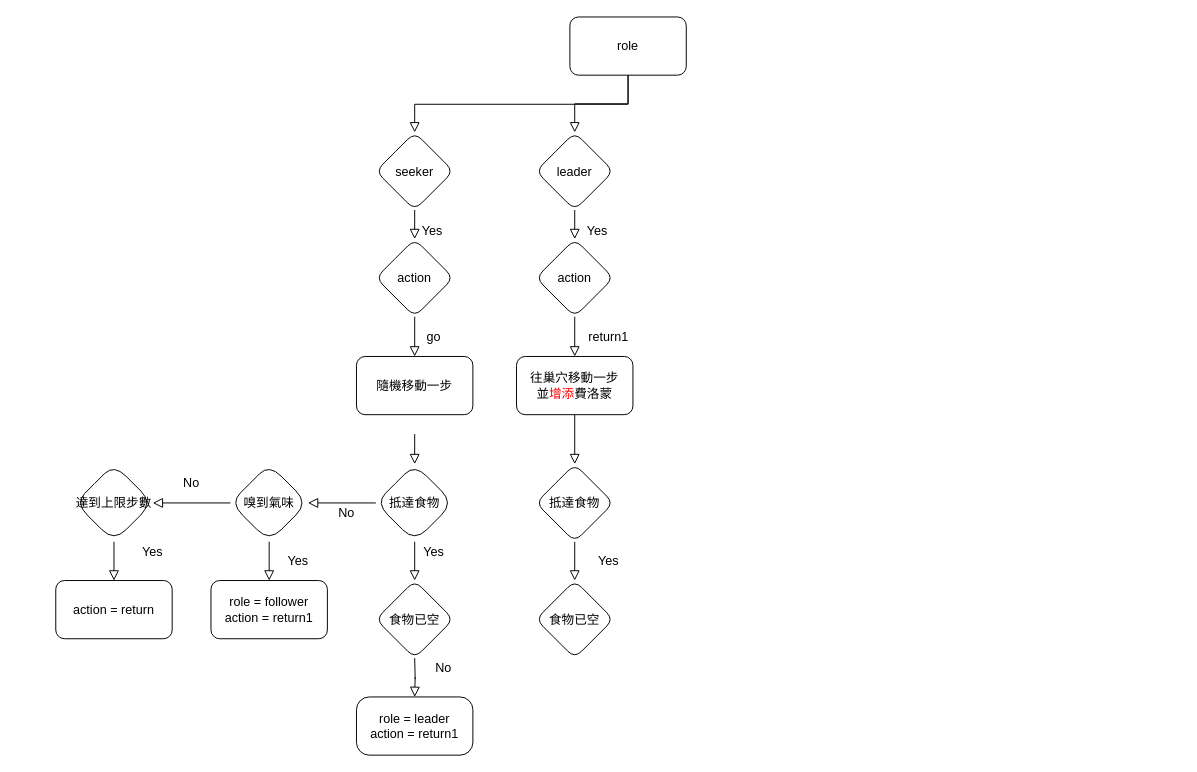
QiuBingCheng/AntColonySimulation keeps this draw.io diagram as page "Page-2" (2 of 2) of Move Rule Diagram.drawio. Above is the earlier version. Source tidied: cells renumbered, new cells numbered last; positions are measured from the earlier drawing's top-left corner, leaving out a move shared by most shapes. Both pictures are drawn from the tidied source at 97%, with x=0, y=0 at pixel (55, 16).
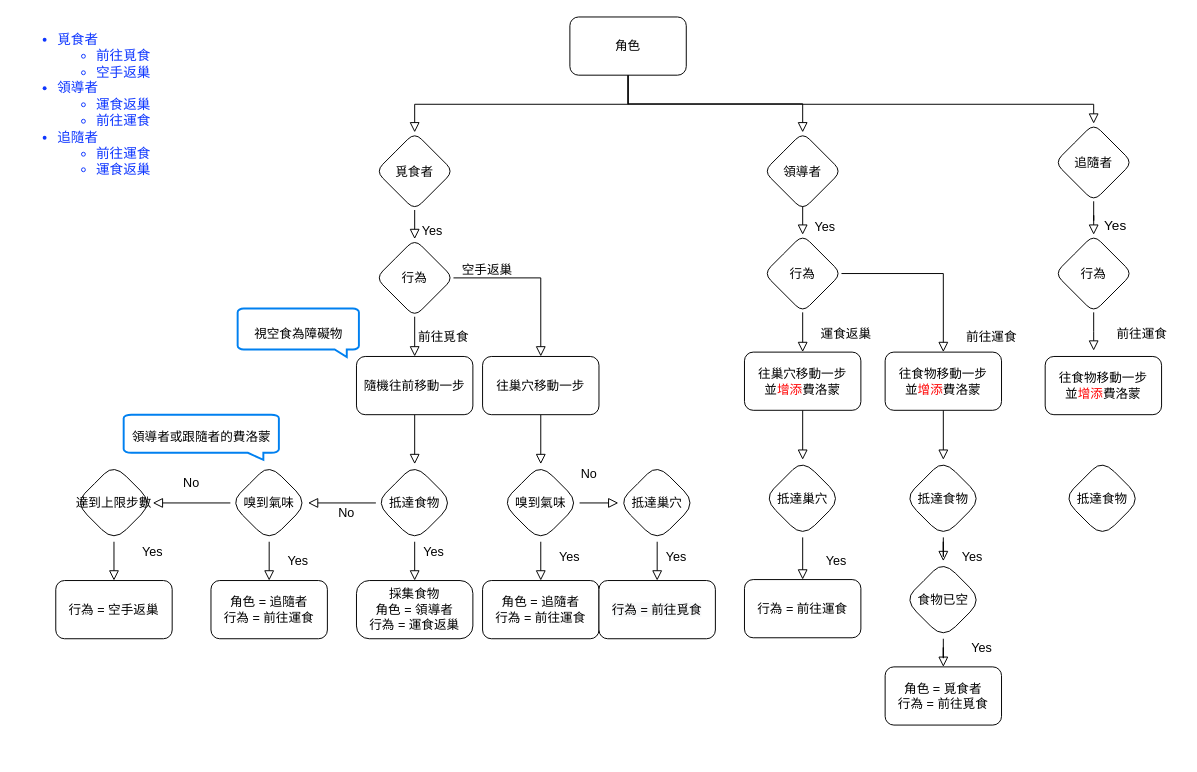
Above is the later version.

The change refers to these unchanged cells:
```xml
<mxCell id="12" value="抵達食物" style="rhombus;whiteSpace=wrap;html=1;rounded=1;shadow=0;strokeWidth=1;glass=0;arcSize=35;fontSize=13;" parent="1" vertex="1">
  <mxGeometry x="330" y="461" width="80" height="80" as="geometry" />
</mxCell>
```

What changed in the source:
```diff
@@
-    <mxCell id="2" style="edgeStyle=orthogonalEdgeStyle;rounded=0;jettySize=auto;html=1;shadow=0;labelBackgroundColor=none;endArrow=block;endFill=0;endSize=8;strokeWidth=1;fontSize=13;align=left;" parent="1" edge="1" source="3" target="32">
+    <mxCell id="2" style="edgeStyle=orthogonalEdgeStyle;rounded=0;jettySize=auto;html=1;shadow=0;labelBackgroundColor=none;endArrow=block;endFill=0;endSize=8;strokeWidth=1;fontSize=13;align=left;exitX=0.5;exitY=1;exitDx=0;exitDy=0;" parent="1" edge="1" source="3" target="32">
       <mxGeometry relative="1" as="geometry" />
     </mxCell>
+    <mxCell id="42" style="edgeStyle=orthogonalEdgeStyle;rounded=0;jettySize=auto;html=1;shadow=0;labelBackgroundColor=none;endArrow=block;endFill=0;endSize=8;strokeWidth=1;fontSize=14;fontColor=#0F37FF;align=right;exitX=0.442;exitY=0.983;exitDx=0;exitDy=0;exitPerimeter=0;entryX=0.5;entryY=0;entryDx=0;entryDy=0;" parent="1" edge="1" source="3" target="75">
+      <mxGeometry relative="1" as="geometry">
+        <Array as="points">
+          <mxPoint x="590" y="59" />
+          <mxPoint x="590" y="90" />
+          <mxPoint x="1070" y="90" />
+        </Array>
+      </mxGeometry>
+    </mxCell>
-    <mxCell id="3" value="role" style="whiteSpace=wrap;html=1;rounded=1;shadow=0;strokeWidth=1;glass=0;fontSize=13;" parent="1" vertex="1">
+    <mxCell id="3" value="角色" style="whiteSpace=wrap;html=1;rounded=1;shadow=0;strokeWidth=1;glass=0;fontSize=13;" parent="1" vertex="1">
       <mxGeometry x="530" width="120" height="60" as="geometry" />
     </mxCell>
-    <mxCell id="4" value="seeker" style="rhombus;whiteSpace=wrap;html=1;rounded=1;shadow=0;strokeWidth=1;glass=0;fontSize=13;" parent="1" vertex="1">
+    <mxCell id="4" value="覓食者" style="rhombus;whiteSpace=wrap;html=1;rounded=1;shadow=0;strokeWidth=1;glass=0;fontSize=13;" parent="1" vertex="1">
       <mxGeometry x="330" y="119" width="80" height="80" as="geometry" />
     </mxCell>
@@
+    <mxCell id="43" style="edgeStyle=orthogonalEdgeStyle;rounded=0;jettySize=auto;html=1;shadow=0;labelBackgroundColor=none;endArrow=block;endFill=0;endSize=8;strokeWidth=1;fontSize=13;align=right;" parent="1" edge="1" source="6" target="49">
+      <mxGeometry relative="1" as="geometry" />
+    </mxCell>
-    <mxCell id="6" value="action" style="rhombus;whiteSpace=wrap;html=1;rounded=1;shadow=0;strokeWidth=1;glass=0;fontSize=13;" parent="1" vertex="1">
+    <mxCell id="6" value="行為" style="rhombus;whiteSpace=wrap;html=1;rounded=1;shadow=0;strokeWidth=1;glass=0;fontSize=13;" parent="1" vertex="1">
       <mxGeometry x="330" y="229" width="80" height="80" as="geometry" />
     </mxCell>
@@
+    <mxCell id="44" style="edgeStyle=orthogonalEdgeStyle;rounded=0;jettySize=auto;html=1;shadow=0;labelBackgroundColor=none;endArrow=block;endFill=0;endSize=8;strokeWidth=1;fontSize=13;align=right;" parent="1" edge="1" source="9" target="12">
+      <mxGeometry relative="1" as="geometry" />
+    </mxCell>
-    <mxCell id="9" value="隨機移動一步" style="whiteSpace=wrap;html=1;rounded=1;shadow=0;strokeWidth=1;glass=0;fontSize=13;" parent="1" vertex="1">
+    <mxCell id="9" value="隨機往前移動一步" style="whiteSpace=wrap;html=1;rounded=1;shadow=0;strokeWidth=1;glass=0;fontSize=13;" parent="1" vertex="1">
       <mxGeometry x="310" y="350" width="120" height="60" as="geometry" />
     </mxCell>
-    <mxCell id="10" value="go" style="text;html=1;strokeColor=none;fillColor=none;align=center;verticalAlign=middle;whiteSpace=wrap;rounded=0;fontColor=#000000;fontSize=13;" parent="1" vertex="1">
-      <mxGeometry x="370" y="320" width="40" height="20" as="geometry" />
+    <mxCell id="10" value="前往覓食" style="text;html=1;strokeColor=none;fillColor=none;align=center;verticalAlign=middle;whiteSpace=wrap;rounded=0;fontColor=#000000;fontSize=13;" parent="1" vertex="1">
+      <mxGeometry x="370" y="320" width="60" height="20" as="geometry" />
     </mxCell>
-    <mxCell id="11" style="edgeStyle=orthogonalEdgeStyle;rounded=0;jettySize=auto;html=1;shadow=0;labelBackgroundColor=none;endArrow=block;endFill=0;endSize=8;strokeWidth=1;align=left;fontSize=13;" parent="1" edge="1" source="12">
-      <mxGeometry relative="1" as="geometry">
-        <mxPoint x="370" y="581" as="targetPoint" />
-      </mxGeometry>
+    <mxCell id="11" style="edgeStyle=orthogonalEdgeStyle;rounded=0;jettySize=auto;html=1;shadow=0;labelBackgroundColor=none;endArrow=block;endFill=0;endSize=8;strokeWidth=1;align=left;fontSize=13;entryX=0.5;entryY=0;entryDx=0;entryDy=0;" parent="1" edge="1" source="12" target="15">
+      <mxGeometry relative="1" as="geometry" />
     </mxCell>
@@
-    <mxCell id="14" style="edgeStyle=orthogonalEdgeStyle;rounded=0;orthogonalLoop=1;jettySize=auto;html=1;shadow=0;labelBackgroundColor=none;endArrow=block;endFill=0;endSize=8;strokeWidth=1;align=left;fontSize=13;" parent="1" edge="1">
-      <mxGeometry relative="1" as="geometry">
-        <mxPoint x="370" y="430" as="sourcePoint" />
-        <mxPoint x="370" y="461" as="targetPoint" />
-      </mxGeometry>
-    </mxCell>
-    <mxCell id="15" value="role = leader&lt;br style=&quot;font-size: 13px&quot;&gt;action = return1" style="whiteSpace=wrap;html=1;rounded=1;shadow=0;strokeWidth=1;glass=0;fontSize=13;arcSize=22;" parent="1" vertex="1">
-      <mxGeometry x="310" y="701" width="120" height="60" as="geometry" />
+    <mxCell id="15" value="採集食物&lt;br&gt;角色 = 領導者&lt;br style=&quot;font-size: 13px&quot;&gt;行為 = 運食返巢" style="whiteSpace=wrap;html=1;rounded=1;shadow=0;strokeWidth=1;glass=0;fontSize=13;arcSize=22;" parent="1" vertex="1">
+      <mxGeometry x="310" y="581" width="120" height="60" as="geometry" />
     </mxCell>
-    <mxCell id="16" value="No" style="text;html=1;strokeColor=none;fillColor=none;align=center;verticalAlign=middle;whiteSpace=wrap;rounded=0;fontColor=#000000;fontSize=13;" parent="1" vertex="1">
-      <mxGeometry x="380" y="661" width="40" height="20" as="geometry" />
-    </mxCell>
-    <mxCell id="17" value="食物已空" style="rhombus;whiteSpace=wrap;html=1;rounded=1;shadow=0;strokeWidth=1;glass=0;fontSize=13;" parent="1" vertex="1">
-      <mxGeometry x="330" y="581" width="80" height="80" as="geometry" />
-    </mxCell>
-    <mxCell id="18" style="edgeStyle=orthogonalEdgeStyle;rounded=0;orthogonalLoop=1;jettySize=auto;html=1;shadow=0;labelBackgroundColor=none;endArrow=block;endFill=0;endSize=8;strokeWidth=1;fontSize=13;align=left;" parent="1" edge="1">
-      <mxGeometry relative="1" as="geometry">
-        <mxPoint x="370" y="661" as="sourcePoint" />
-        <mxPoint x="370" y="701" as="targetPoint" />
-      </mxGeometry>
-    </mxCell>
@@
-    <mxCell id="24" value="role = follower&lt;br style=&quot;font-size: 13px&quot;&gt;action = return1" style="whiteSpace=wrap;html=1;rounded=1;shadow=0;strokeWidth=1;glass=0;fontSize=13;" parent="1" vertex="1">
+    <mxCell id="24" value="角色 = 追隨者&lt;br&gt;行為 = 前往運食" style="whiteSpace=wrap;html=1;rounded=1;shadow=0;strokeWidth=1;glass=0;fontSize=13;" parent="1" vertex="1">
       <mxGeometry x="160" y="581" width="120" height="60" as="geometry" />
     </mxCell>
@@
-    <mxCell id="29" value="action = return" style="whiteSpace=wrap;html=1;rounded=1;shadow=0;strokeWidth=1;glass=0;fontSize=13;" parent="1" vertex="1">
+    <mxCell id="29" value="行為 = 空手返巢" style="whiteSpace=wrap;html=1;rounded=1;shadow=0;strokeWidth=1;glass=0;fontSize=13;" parent="1" vertex="1">
       <mxGeometry y="581" width="120" height="60" as="geometry" />
     </mxCell>
@@
     <mxCell id="31" value="Yes" style="edgeStyle=orthogonalEdgeStyle;rounded=0;orthogonalLoop=1;jettySize=auto;html=1;shadow=0;labelBackgroundColor=none;endArrow=block;endFill=0;endSize=8;strokeWidth=1;fontSize=13;align=right;spacingLeft=0;" parent="1" edge="1">
       <mxGeometry x="0.4" y="35" relative="1" as="geometry">
-        <mxPoint x="535" y="199" as="sourcePoint" />
-        <mxPoint x="535" y="229" as="targetPoint" />
+        <mxPoint x="770" y="194.5" as="sourcePoint" />
+        <mxPoint x="770" y="224.5" as="targetPoint" />
       </mxGeometry>
     </mxCell>
-    <mxCell id="32" value="leader" style="rhombus;whiteSpace=wrap;html=1;rounded=1;shadow=0;strokeWidth=1;glass=0;fontSize=13;" parent="1" vertex="1">
-      <mxGeometry x="495" y="119" width="80" height="80" as="geometry" />
+    <mxCell id="32" value="領導者" style="rhombus;whiteSpace=wrap;html=1;rounded=1;shadow=0;strokeWidth=1;glass=0;fontSize=13;" parent="1" vertex="1">
+      <mxGeometry x="730" y="119" width="80" height="80" as="geometry" />
     </mxCell>
@@
+    <mxCell id="45" style="edgeStyle=orthogonalEdgeStyle;rounded=0;jettySize=auto;html=1;entryX=0.5;entryY=0;entryDx=0;entryDy=0;shadow=0;labelBackgroundColor=none;endArrow=block;endFill=0;endSize=8;strokeWidth=1;fontSize=13;align=right;" parent="1" edge="1" source="34" target="66">
+      <mxGeometry relative="1" as="geometry" />
+    </mxCell>
-    <mxCell id="34" value="action" style="rhombus;whiteSpace=wrap;html=1;rounded=1;shadow=0;strokeWidth=1;glass=0;fontSize=13;" parent="1" vertex="1">
-      <mxGeometry x="495" y="229" width="80" height="80" as="geometry" />
+    <mxCell id="34" value="行為" style="rhombus;whiteSpace=wrap;html=1;rounded=1;shadow=0;strokeWidth=1;glass=0;fontSize=13;" parent="1" vertex="1">
+      <mxGeometry x="730" y="224.5" width="80" height="80" as="geometry" />
     </mxCell>
-    <mxCell id="35" style="edgeStyle=orthogonalEdgeStyle;rounded=0;jettySize=auto;html=1;shadow=0;labelBackgroundColor=none;endArrow=block;endFill=0;endSize=8;strokeWidth=1;fontSize=13;align=right;" parent="1" edge="1" source="36" target="39">
-      <mxGeometry relative="1" as="geometry" />
-    </mxCell>
+    <mxCell id="46" style="edgeStyle=orthogonalEdgeStyle;rounded=0;jettySize=auto;html=1;shadow=0;labelBackgroundColor=none;endArrow=block;endFill=0;endSize=8;strokeWidth=1;fontSize=13;align=right;" parent="1" edge="1" source="36" target="62">
+      <mxGeometry relative="1" as="geometry" />
+    </mxCell>
     <mxCell id="36" value="往巢穴移動一步&lt;br style=&quot;font-size: 13px;&quot;&gt;並&lt;font color=&quot;#ff0000&quot; style=&quot;font-size: 13px;&quot;&gt;增添&lt;/font&gt;費洛蒙" style="whiteSpace=wrap;html=1;rounded=1;shadow=0;strokeWidth=1;glass=0;fontSize=13;" parent="1" vertex="1">
-      <mxGeometry x="475" y="350" width="120" height="60" as="geometry" />
+      <mxGeometry x="710" y="345.5" width="120" height="60" as="geometry" />
     </mxCell>
-    <mxCell id="37" value="return1" style="text;html=1;strokeColor=none;fillColor=none;align=center;verticalAlign=middle;whiteSpace=wrap;rounded=0;fontColor=#000000;fontSize=13;" parent="1" vertex="1">
-      <mxGeometry x="550" y="320" width="40" height="20" as="geometry" />
+    <mxCell id="37" value="運食返巢" style="text;html=1;strokeColor=none;fillColor=none;align=center;verticalAlign=middle;whiteSpace=wrap;rounded=0;fontColor=#000000;fontSize=13;" parent="1" vertex="1">
+      <mxGeometry x="785" y="315.5" width="60" height="20" as="geometry" />
     </mxCell>
-    <mxCell id="38" style="edgeStyle=orthogonalEdgeStyle;rounded=0;jettySize=auto;html=1;shadow=0;labelBackgroundColor=none;endArrow=block;endFill=0;endSize=8;strokeWidth=1;fontSize=13;align=right;" parent="1" edge="1" source="39" target="40">
-      <mxGeometry relative="1" as="geometry" />
-    </mxCell>
-    <mxCell id="39" value="&lt;span&gt;抵達食物&lt;/span&gt;" style="rhombus;whiteSpace=wrap;html=1;rounded=1;shadow=0;fontSize=13;strokeWidth=1;glass=0;" parent="1" vertex="1">
-      <mxGeometry x="495" y="461" width="80" height="80" as="geometry" />
-    </mxCell>
-    <mxCell id="40" value="食物已空" style="rhombus;whiteSpace=wrap;html=1;rounded=1;shadow=0;strokeWidth=1;glass=0;fontSize=13;" parent="1" vertex="1">
-      <mxGeometry x="495" y="581" width="80" height="80" as="geometry" />
-    </mxCell>
-    <mxCell id="41" value="Yes" style="text;html=1;strokeColor=none;fillColor=none;align=center;verticalAlign=middle;whiteSpace=wrap;rounded=0;fontColor=#000000;fontSize=13;" parent="1" vertex="1">
-      <mxGeometry x="550" y="550" width="40" height="20" as="geometry" />
-    </mxCell>
+    <mxCell id="47" value="視空食為障礙物" style="html=1;verticalLabelPosition=middle;align=center;labelBackgroundColor=#ffffff;verticalAlign=middle;strokeWidth=2;strokeColor=#0080F0;shadow=0;dashed=0;shape=mxgraph.ios7.icons.message;fontSize=13;labelPosition=center;" parent="1" vertex="1">
+      <mxGeometry x="187.5" y="300.5" width="125" height="50" as="geometry" />
+    </mxCell>
+    <mxCell id="48" style="edgeStyle=orthogonalEdgeStyle;rounded=0;jettySize=auto;html=1;shadow=0;labelBackgroundColor=none;endArrow=block;endFill=0;endSize=8;strokeWidth=1;fontSize=13;align=right;entryX=0.5;entryY=0;entryDx=0;entryDy=0;" parent="1" edge="1" source="49" target="53">
+      <mxGeometry relative="1" as="geometry" />
+    </mxCell>
+    <mxCell id="49" value="往巢穴移動一步" style="whiteSpace=wrap;html=1;rounded=1;shadow=0;strokeWidth=1;glass=0;fontSize=13;" parent="1" vertex="1">
+      <mxGeometry x="440" y="350" width="120" height="60" as="geometry" />
+    </mxCell>
+    <mxCell id="50" value="空手返巢" style="text;html=1;strokeColor=none;fillColor=none;align=center;verticalAlign=middle;whiteSpace=wrap;rounded=0;fontColor=#000000;fontSize=13;" parent="1" vertex="1">
+      <mxGeometry x="410" y="250" width="70" height="20" as="geometry" />
+    </mxCell>
+    <mxCell id="51" style="edgeStyle=orthogonalEdgeStyle;rounded=0;jettySize=auto;html=1;shadow=0;labelBackgroundColor=none;endArrow=block;endFill=0;endSize=8;strokeWidth=1;fontSize=13;align=right;" parent="1" edge="1" source="53" target="55">
+      <mxGeometry relative="1" as="geometry" />
+    </mxCell>
+    <mxCell id="52" style="edgeStyle=orthogonalEdgeStyle;rounded=0;jettySize=auto;html=1;shadow=0;labelBackgroundColor=none;endArrow=block;endFill=0;endSize=8;strokeWidth=1;fontSize=13;align=right;" parent="1" edge="1" source="53" target="57">
+      <mxGeometry relative="1" as="geometry" />
+    </mxCell>
+    <mxCell id="53" value="嗅到氣味" style="rhombus;whiteSpace=wrap;html=1;rounded=1;shadow=0;strokeWidth=1;glass=0;arcSize=35;fontSize=13;" parent="1" vertex="1">
+      <mxGeometry x="460" y="461" width="80" height="80" as="geometry" />
+    </mxCell>
+    <mxCell id="54" value="Yes" style="text;html=1;strokeColor=none;fillColor=none;align=center;verticalAlign=middle;whiteSpace=wrap;rounded=0;fontColor=#000000;fontSize=13;" parent="1" vertex="1">
+      <mxGeometry x="510" y="545.5" width="40" height="20" as="geometry" />
+    </mxCell>
+    <mxCell id="55" value="角色 = 追隨者&lt;br&gt;行為 = 前往運食" style="whiteSpace=wrap;html=1;rounded=1;shadow=0;strokeWidth=1;glass=0;fontSize=13;" parent="1" vertex="1">
+      <mxGeometry x="440" y="581" width="120" height="60" as="geometry" />
+    </mxCell>
+    <mxCell id="56" style="edgeStyle=orthogonalEdgeStyle;rounded=0;jettySize=auto;html=1;shadow=0;labelBackgroundColor=none;endArrow=block;endFill=0;endSize=8;strokeWidth=1;fontSize=13;align=right;" parent="1" edge="1" source="57" target="58">
+      <mxGeometry relative="1" as="geometry" />
+    </mxCell>
+    <mxCell id="57" value="抵達巢穴" style="rhombus;whiteSpace=wrap;html=1;rounded=1;shadow=0;strokeWidth=1;glass=0;arcSize=35;fontSize=13;" parent="1" vertex="1">
+      <mxGeometry x="580" y="461" width="80" height="80" as="geometry" />
+    </mxCell>
+    <mxCell id="16" value="No" style="text;html=1;strokeColor=none;fillColor=none;align=center;verticalAlign=middle;whiteSpace=wrap;rounded=0;fontColor=#000000;fontSize=13;" parent="1" vertex="1">
+      <mxGeometry x="530" y="461" width="40" height="20" as="geometry" />
+    </mxCell>
+    <mxCell id="58" value="&lt;span style=&quot;color: rgb(0 , 0 , 0) ; font-family: &amp;#34;helvetica&amp;#34; ; font-size: 13px ; font-style: normal ; font-weight: 400 ; letter-spacing: normal ; text-align: center ; text-indent: 0px ; text-transform: none ; word-spacing: 0px ; background-color: rgb(248 , 249 , 250) ; display: inline ; float: none&quot;&gt;行為 = 前往覓食&lt;/span&gt;" style="whiteSpace=wrap;html=1;rounded=1;shadow=0;strokeWidth=1;glass=0;fontSize=13;direction=west;" parent="1" vertex="1">
+      <mxGeometry x="560" y="581" width="120" height="60" as="geometry" />
+    </mxCell>
+    <mxCell id="59" value="Yes" style="text;html=1;strokeColor=none;fillColor=none;align=center;verticalAlign=middle;whiteSpace=wrap;rounded=0;fontColor=#000000;fontSize=13;" parent="1" vertex="1">
+      <mxGeometry x="620" y="545.5" width="40" height="20" as="geometry" />
+    </mxCell>
+    <mxCell id="60" value="領導者或跟隨者的費洛蒙" style="html=1;verticalLabelPosition=middle;align=center;labelBackgroundColor=#ffffff;verticalAlign=middle;strokeWidth=2;strokeColor=#0080F0;shadow=0;dashed=0;shape=mxgraph.ios7.icons.message;fontSize=13;labelPosition=center;" parent="1" vertex="1">
+      <mxGeometry x="70" y="410" width="160" height="46.5" as="geometry" />
+    </mxCell>
+    <mxCell id="61" style="edgeStyle=orthogonalEdgeStyle;rounded=0;jettySize=auto;html=1;shadow=0;labelBackgroundColor=none;endArrow=block;endFill=0;endSize=8;strokeWidth=1;fontSize=13;align=right;" parent="1" edge="1" source="62" target="63">
+      <mxGeometry relative="1" as="geometry" />
+    </mxCell>
+    <mxCell id="62" value="抵達巢穴" style="rhombus;whiteSpace=wrap;html=1;rounded=1;shadow=0;strokeWidth=1;glass=0;arcSize=35;fontSize=13;" parent="1" vertex="1">
+      <mxGeometry x="730" y="456.5" width="80" height="80" as="geometry" />
+    </mxCell>
+    <mxCell id="63" value="行為 = 前往運食" style="whiteSpace=wrap;html=1;rounded=1;shadow=0;strokeWidth=1;glass=0;fontSize=13;direction=west;" parent="1" vertex="1">
+      <mxGeometry x="710" y="580" width="120" height="60" as="geometry" />
+    </mxCell>
+    <mxCell id="64" value="Yes" style="text;html=1;strokeColor=none;fillColor=none;align=center;verticalAlign=middle;whiteSpace=wrap;rounded=0;fontColor=#000000;fontSize=13;" parent="1" vertex="1">
+      <mxGeometry x="785" y="550" width="40" height="20" as="geometry" />
+    </mxCell>
+    <mxCell id="65" style="edgeStyle=orthogonalEdgeStyle;rounded=0;jettySize=auto;html=1;shadow=0;labelBackgroundColor=none;endArrow=block;endFill=0;endSize=8;strokeWidth=1;fontSize=13;align=right;" parent="1" edge="1" source="66" target="69">
+      <mxGeometry relative="1" as="geometry" />
+    </mxCell>
+    <mxCell id="66" value="往食物移動一步&lt;br&gt;並&lt;font color=&quot;#ff0000&quot;&gt;增添&lt;/font&gt;費洛蒙" style="whiteSpace=wrap;html=1;rounded=1;shadow=0;strokeWidth=1;glass=0;fontSize=13;" parent="1" vertex="1">
+      <mxGeometry x="855" y="345.5" width="120" height="60" as="geometry" />
+    </mxCell>
+    <mxCell id="67" value="前往運食" style="text;html=1;strokeColor=none;fillColor=none;align=center;verticalAlign=middle;whiteSpace=wrap;rounded=0;fontColor=#000000;fontSize=13;" parent="1" vertex="1">
+      <mxGeometry x="925" y="320" width="80" height="20" as="geometry" />
+    </mxCell>
+    <mxCell id="68" style="edgeStyle=orthogonalEdgeStyle;rounded=0;jettySize=auto;html=1;shadow=0;labelBackgroundColor=none;endArrow=block;endFill=0;endSize=8;strokeWidth=1;fontSize=13;align=right;" parent="1" edge="1" source="69" target="72">
+      <mxGeometry relative="1" as="geometry" />
+    </mxCell>
+    <mxCell id="69" value="抵達食物" style="rhombus;whiteSpace=wrap;html=1;rounded=1;shadow=0;strokeWidth=1;glass=0;arcSize=35;fontSize=13;" parent="1" vertex="1">
+      <mxGeometry x="875" y="456.5" width="80" height="80" as="geometry" />
+    </mxCell>
+    <mxCell id="70" value="角色 = 覓食者&lt;br&gt;行為 = 前往覓食" style="whiteSpace=wrap;html=1;rounded=1;shadow=0;strokeWidth=1;glass=0;fontSize=13;direction=west;" parent="1" vertex="1">
+      <mxGeometry x="855" y="670" width="120" height="60" as="geometry" />
+    </mxCell>
+    <mxCell id="71" style="edgeStyle=orthogonalEdgeStyle;rounded=0;jettySize=auto;html=1;shadow=0;labelBackgroundColor=none;endArrow=block;endFill=0;endSize=8;strokeWidth=1;fontSize=13;align=right;" parent="1" edge="1" source="72" target="70">
+      <mxGeometry relative="1" as="geometry" />
+    </mxCell>
+    <mxCell id="72" value="食物已空" style="rhombus;whiteSpace=wrap;html=1;rounded=1;shadow=0;strokeWidth=1;glass=0;arcSize=35;fontSize=13;" parent="1" vertex="1">
+      <mxGeometry x="875" y="561" width="80" height="80" as="geometry" />
+    </mxCell>
+    <mxCell id="73" value="&lt;ul style=&quot;font-size: 14px;&quot;&gt;&lt;li style=&quot;font-size: 14px;&quot;&gt;覓食者&lt;/li&gt;&lt;ul style=&quot;font-size: 14px;&quot;&gt;&lt;li style=&quot;font-size: 14px;&quot;&gt;前往覓食&lt;/li&gt;&lt;li style=&quot;font-size: 14px;&quot;&gt;空手返巢&lt;/li&gt;&lt;/ul&gt;&lt;li style=&quot;font-size: 14px;&quot;&gt;領導者&lt;/li&gt;&lt;ul style=&quot;font-size: 14px;&quot;&gt;&lt;li style=&quot;font-size: 14px;&quot;&gt;運食返巢&lt;/li&gt;&lt;li style=&quot;font-size: 14px;&quot;&gt;前往運食&lt;/li&gt;&lt;/ul&gt;&lt;li style=&quot;font-size: 14px;&quot;&gt;追隨者&lt;/li&gt;&lt;ul style=&quot;font-size: 14px;&quot;&gt;&lt;li style=&quot;font-size: 14px;&quot;&gt;前往運食&lt;/li&gt;&lt;li style=&quot;font-size: 14px;&quot;&gt;運食返巢&lt;/li&gt;&lt;/ul&gt;&lt;/ul&gt;" style="text;html=1;strokeColor=none;fillColor=none;align=left;verticalAlign=middle;whiteSpace=wrap;rounded=0;fontSize=14;fontStyle=0;fontColor=#0F37FF;" parent="1" vertex="1">
+      <mxGeometry x="-40" y="40" width="170" height="100" as="geometry" />
+    </mxCell>
+    <mxCell id="74" value="Yes" style="edgeStyle=orthogonalEdgeStyle;rounded=0;jettySize=auto;html=1;shadow=0;labelBackgroundColor=none;endArrow=block;endFill=0;endSize=8;strokeWidth=1;fontSize=14;align=right;" parent="1" edge="1" source="75" target="77">
+      <mxGeometry x="0.6" y="35" relative="1" as="geometry" />
+    </mxCell>
+    <mxCell id="75" value="追隨者" style="rhombus;whiteSpace=wrap;html=1;rounded=1;shadow=0;strokeWidth=1;glass=0;fontSize=13;" parent="1" vertex="1">
+      <mxGeometry x="1030" y="110" width="80" height="80" as="geometry" />
+    </mxCell>
+    <mxCell id="76" style="edgeStyle=orthogonalEdgeStyle;rounded=0;jettySize=auto;html=1;shadow=0;labelBackgroundColor=none;endArrow=block;endFill=0;endSize=8;strokeWidth=1;fontSize=14;fontColor=#000000;align=right;" parent="1" edge="1" source="77">
+      <mxGeometry relative="1" as="geometry">
+        <mxPoint x="1070" y="344" as="targetPoint" />
+      </mxGeometry>
+    </mxCell>
+    <mxCell id="77" value="行為" style="rhombus;whiteSpace=wrap;html=1;rounded=1;shadow=0;strokeWidth=1;glass=0;fontSize=13;" parent="1" vertex="1">
+      <mxGeometry x="1030" y="224.5" width="80" height="80" as="geometry" />
+    </mxCell>
+    <mxCell id="78" value="前往運食" style="text;html=1;strokeColor=none;fillColor=none;align=center;verticalAlign=middle;whiteSpace=wrap;rounded=0;fontColor=#000000;fontSize=13;" parent="1" vertex="1">
+      <mxGeometry x="1080" y="315.5" width="80" height="20" as="geometry" />
+    </mxCell>
+    <mxCell id="79" value="往食物移動一步&lt;br&gt;並&lt;font color=&quot;#ff0000&quot;&gt;增添&lt;/font&gt;費洛蒙" style="whiteSpace=wrap;html=1;rounded=1;shadow=0;strokeWidth=1;glass=0;fontSize=13;" parent="1" vertex="1">
+      <mxGeometry x="1020" y="350" width="120" height="60" as="geometry" />
+    </mxCell>
+    <mxCell id="80" value="抵達食物" style="rhombus;whiteSpace=wrap;html=1;rounded=1;shadow=0;strokeWidth=1;glass=0;arcSize=35;fontSize=13;" parent="1" vertex="1">
+      <mxGeometry x="1039" y="456.5" width="80" height="80" as="geometry" />
+    </mxCell>
+    <mxCell id="81" value="Yes" style="text;html=1;strokeColor=none;fillColor=none;align=center;verticalAlign=middle;whiteSpace=wrap;rounded=0;fontColor=#000000;fontSize=13;" parent="1" vertex="1">
+      <mxGeometry x="925" y="545.5" width="40" height="20" as="geometry" />
+    </mxCell>
+    <mxCell id="82" value="Yes" style="text;html=1;strokeColor=none;fillColor=none;align=center;verticalAlign=middle;whiteSpace=wrap;rounded=0;fontColor=#000000;fontSize=13;" parent="1" vertex="1">
+      <mxGeometry x="935" y="640" width="40" height="20" as="geometry" />
+    </mxCell>
```
